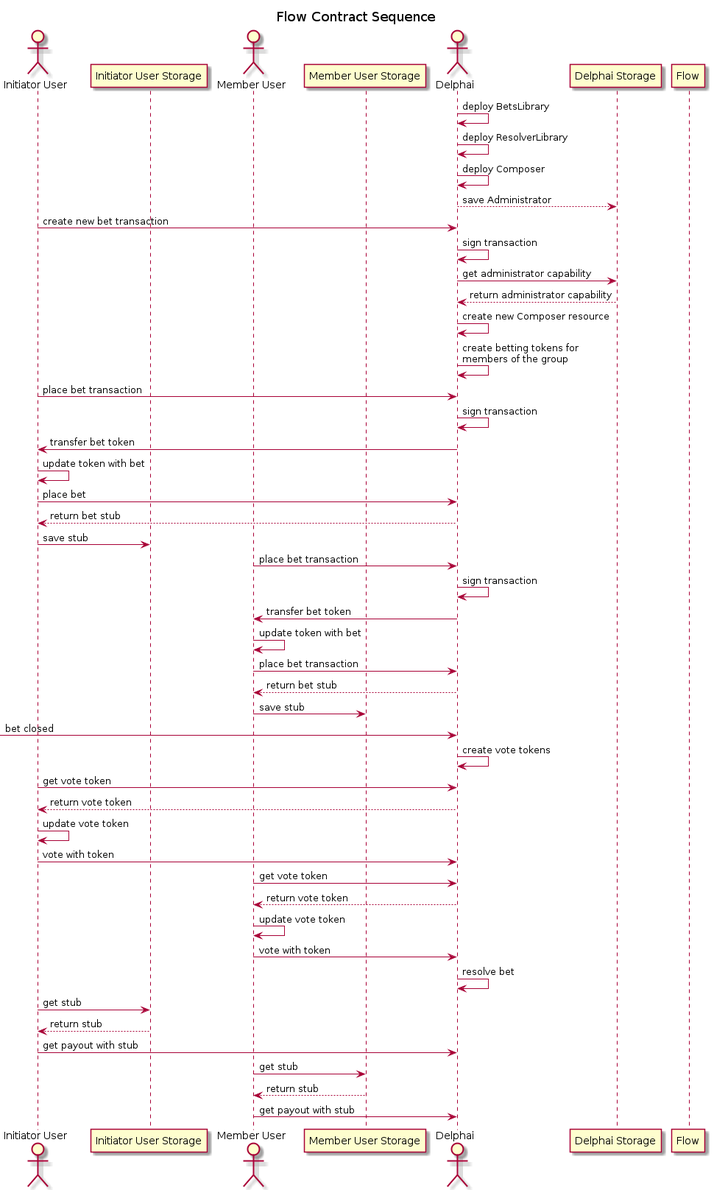
Earlier version of the PlantUML export docs/Diagrams/out/Architecture/flowContractSequence.png (adhurjaty/prediction-app). Source of this version:
```plantuml
@startuml

title Flow Contract Sequence

actor "Initiator User" as init
participant "Initiator User Storage" as initStorage
actor "Member User" as member
participant "Member User Storage" as memberStorage
actor Delphai as delph
participant "Delphai Storage" as delphStorage
participant Flow as flow

delph -> delph : deploy BetsLibrary
delph -> delph : deploy ResolverLibrary
delph -> delph : deploy Composer
delph --> delphStorage : save Administrator
init -> delph : create new bet transaction
delph -> delph : sign transaction
delph -> delphStorage : get administrator capability
delphStorage --> delph : return administrator capability
delph -> delph : create new Composer resource
delph -> delph : create betting tokens for\nmembers of the group
init -> delph : place bet transaction
delph -> delph : sign transaction
delph -> init : transfer bet token
init -> init : update token with bet
init -> delph : place bet
delph --> init : return bet stub
init -> initStorage : save stub
member -> delph : place bet transaction
delph -> delph : sign transaction
delph -> member : transfer bet token
member -> member : update token with bet
member -> delph : place bet transaction
delph --> member : return bet stub
member -> memberStorage : save stub
-> delph : bet closed
delph -> delph : create vote tokens
init -> delph : get vote token
delph --> init : return vote token
init -> init : update vote token
init -> delph : vote with token
member -> delph : get vote token
delph --> member : return vote token
member -> member : update vote token
member -> delph : vote with token
delph -> delph : resolve bet
init -> initStorage : get stub
initStorage --> init : return stub
init -> delph : get payout with stub
member -> memberStorage : get stub
memberStorage --> member : return stub
member -> delph : get payout with stub


@enduml
```
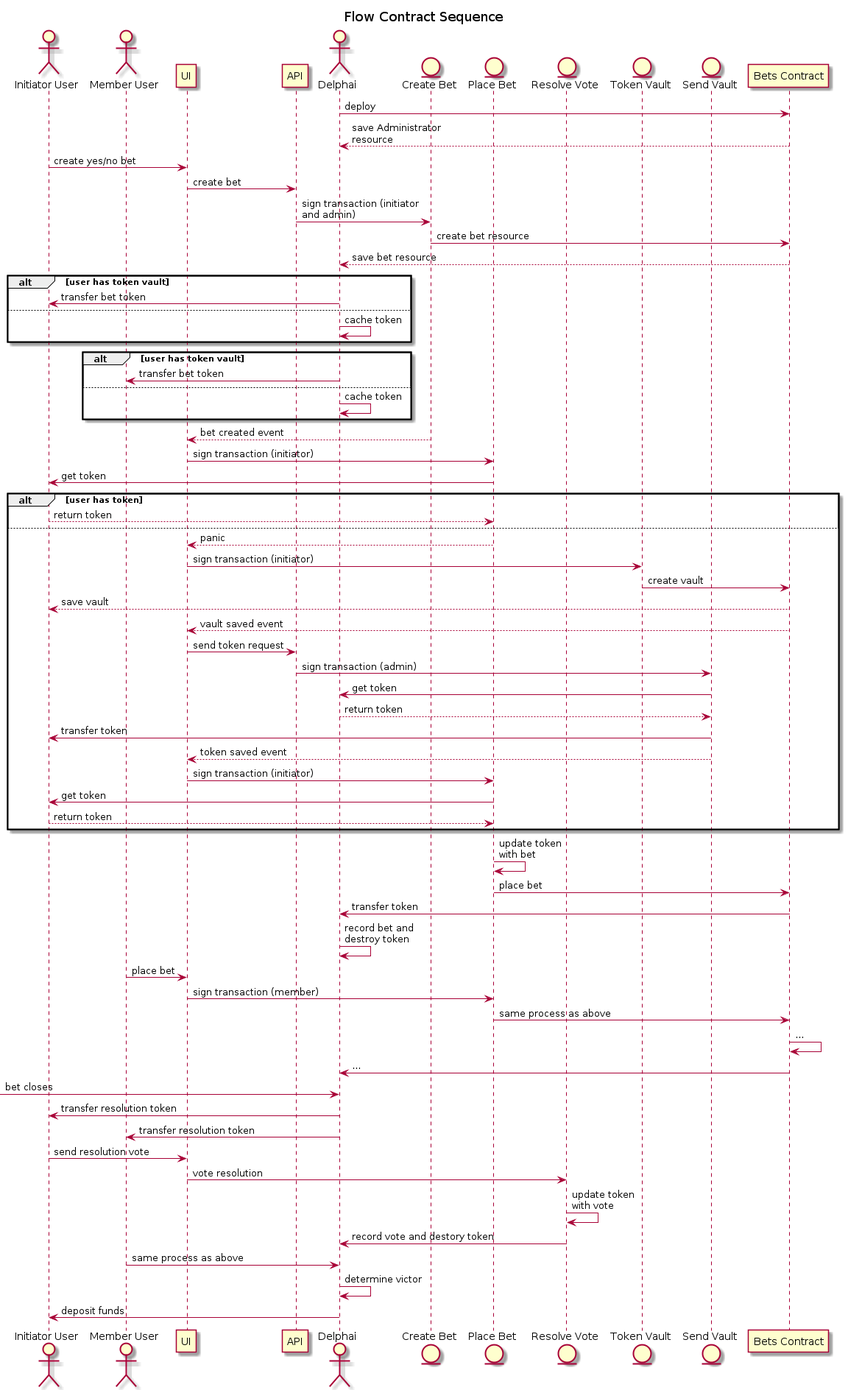
Above is the later version.

Commit message:
finishes first pass on bet sequence

What changed in the source:
```diff
@@ -3,54 +3,73 @@
 title Flow Contract Sequence
 
 actor "Initiator User" as init
-participant "Initiator User Storage" as initStorage
 actor "Member User" as member
-participant "Member User Storage" as memberStorage
+participant UI as ui
+participant API as api
 actor Delphai as delph
-participant "Delphai Storage" as delphStorage
-participant Flow as flow
+entity "Create Bet" as createTransaction
+entity "Place Bet" as betTransaction
+entity "Resolve Vote" as resolveTransaction
+entity "Token Vault" as tokenTransaction
+entity "Send Vault" as sendTransaction
+participant "Bets Contract" as contract
 
-delph -> delph : deploy BetsLibrary
-delph -> delph : deploy ResolverLibrary
-delph -> delph : deploy Composer
-delph --> delphStorage : save Administrator
-init -> delph : create new bet transaction
-delph -> delph : sign transaction
-delph -> delphStorage : get administrator capability
-delphStorage --> delph : return administrator capability
-delph -> delph : create new Composer resource
-delph -> delph : create betting tokens for\nmembers of the group
-init -> delph : place bet transaction
-delph -> delph : sign transaction
-delph -> init : transfer bet token
-init -> init : update token with bet
-init -> delph : place bet
-delph --> init : return bet stub
-init -> initStorage : save stub
-member -> delph : place bet transaction
-delph -> delph : sign transaction
-delph -> member : transfer bet token
-member -> member : update token with bet
-member -> delph : place bet transaction
-delph --> member : return bet stub
-member -> memberStorage : save stub
--> delph : bet closed
-delph -> delph : create vote tokens
-init -> delph : get vote token
-delph --> init : return vote token
-init -> init : update vote token
-init -> delph : vote with token
-member -> delph : get vote token
-delph --> member : return vote token
-member -> member : update vote token
-member -> delph : vote with token
-delph -> delph : resolve bet
-init -> initStorage : get stub
-initStorage --> init : return stub
-init -> delph : get payout with stub
-member -> memberStorage : get stub
-memberStorage --> member : return stub
-member -> delph : get payout with stub
-
+delph -> contract : deploy
+contract --> delph : save Administrator\nresource
+init -> ui : create yes/no bet
+ui -> api : create bet
+api -> createTransaction : sign transaction (initiator\nand admin)
+createTransaction -> contract : create bet resource
+contract --> delph : save bet resource
+alt user has token vault
+    delph -> init : transfer bet token
+else
+    delph -> delph : cache token
+end
+alt user has token vault
+    delph -> member : transfer bet token
+else
+    delph -> delph : cache token
+end
+createTransaction --> ui : bet created event
+ui -> betTransaction : sign transaction (initiator)
+betTransaction -> init : get token
+alt user has token
+    init --> betTransaction : return token
+else
+    betTransaction --> ui : panic
+    ui -> tokenTransaction : sign transaction (initiator)
+    tokenTransaction -> contract : create vault
+    contract --> init : save vault
+    contract --> ui : vault saved event
+    ui -> api : send token request
+    api -> sendTransaction : sign transaction (admin)
+    sendTransaction -> delph : get token
+    delph --> sendTransaction : return token
+    sendTransaction -> init : transfer token
+    sendTransaction --> ui : token saved event
+    ui -> betTransaction : sign transaction (initiator)
+    betTransaction -> init : get token
+    init --> betTransaction : return token
+end
+betTransaction -> betTransaction : update token\nwith bet
+betTransaction -> contract : place bet
+contract -> delph : transfer token
+delph -> delph : record bet and\ndestroy token
+member -> ui : place bet
+ui -> betTransaction : sign transaction (member)
+betTransaction -> contract : same process as above
+contract -> contract : ...
+contract -> delph : ...
+ -> delph : bet closes
+ delph -> init : transfer resolution token
+ delph -> member : transfer resolution token
+init -> ui : send resolution vote
+ui -> resolveTransaction : vote resolution
+resolveTransaction -> resolveTransaction : update token\nwith vote
+resolveTransaction -> delph : record vote and destory token
+member -> delph : same process as above
+delph -> delph : determine victor
+delph -> init : deposit funds
 
 @enduml
```
